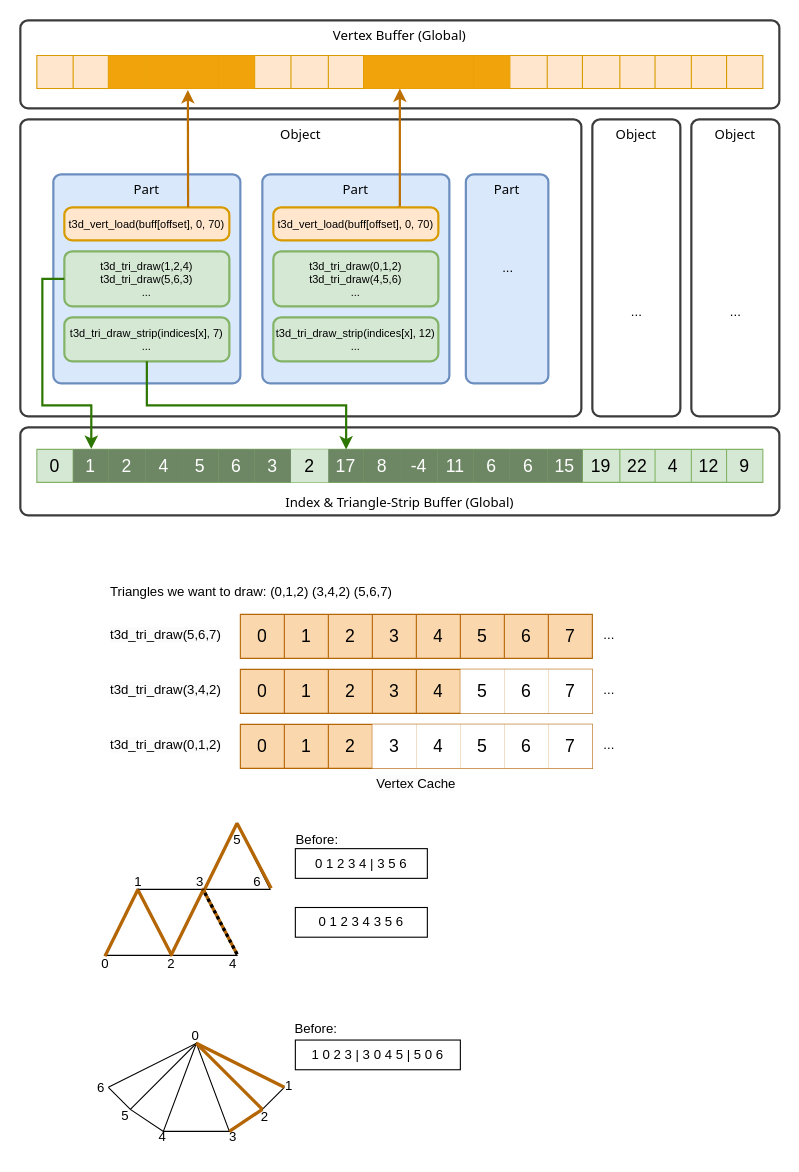
Above: docs/img/file_format.drawio in HailToDodongo/tiny3d (draw.io), before the change. Source tidied: cells renumbered, new cells numbered last; positions are measured from the earlier drawing's top-left corner, leaving out a move shared by most shapes. Both pictures are drawn from the tidied source at 110%, with x=0, y=0 at pixel (20, 20).
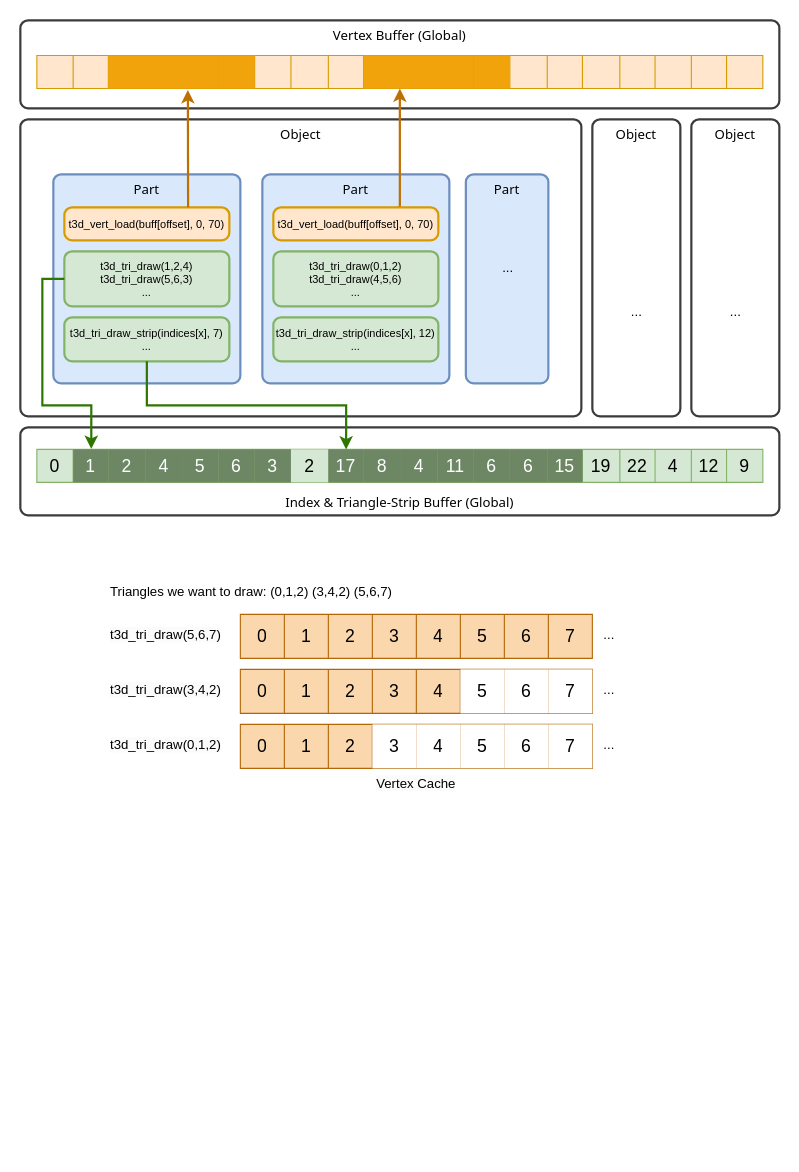
The same page after the edit.

The change refers to these unchanged cells:
```xml
<mxCell id="35" style="shape=tableRow;horizontal=0;startSize=0;swimlaneHead=0;swimlaneBody=0;strokeColor=inherit;top=0;left=0;bottom=0;right=0;fillColor=none;fontSize=16;" parent="34" vertex="1">
  <mxGeometry width="660" height="30" as="geometry" />
</mxCell>
```

The edit, as a diff of the source:
```diff
@@
-    <mxCell id="46" value="-4" style="shape=partialRectangle;html=1;whiteSpace=wrap;strokeColor=#3A5431;overflow=hidden;fillColor=#6d8764;top=0;left=0;bottom=0;right=0;fontSize=16;fontColor=#ffffff;" parent="35" vertex="1">
+    <mxCell id="46" value="4" style="shape=partialRectangle;html=1;whiteSpace=wrap;strokeColor=#3A5431;overflow=hidden;fillColor=#6d8764;top=0;left=0;bottom=0;right=0;fontSize=16;fontColor=#ffffff;" parent="35" vertex="1">
       <mxGeometry x="331" width="33" height="30" as="geometry" />
     </mxCell>
@@
-    <mxCell id="105" style="triangle;whiteSpace=wrap;html=1;rotation=90;" parent="1" vertex="1">
-      <mxGeometry x="107" y="790" width="60" height="60" as="geometry" />
-    </mxCell>
-    <mxCell id="106" style="triangle;whiteSpace=wrap;html=1;rotation=-90;" parent="1" vertex="1">
-      <mxGeometry x="137" y="790" width="60" height="60" as="geometry" />
-    </mxCell>
-    <mxCell id="107" style="triangle;whiteSpace=wrap;html=1;rotation=-90;" parent="1" vertex="1">
-      <mxGeometry x="77" y="790" width="60" height="60" as="geometry" />
-    </mxCell>
-    <mxCell id="108" value="1" style="text;html=1;align=center;verticalAlign=middle;strokeColor=none;fillColor=none;" parent="1" vertex="1">
-      <mxGeometry x="92" y="768" width="30" height="30" as="geometry" />
-    </mxCell>
-    <mxCell id="109" value="3" style="text;html=1;align=center;verticalAlign=middle;strokeColor=none;fillColor=none;" parent="1" vertex="1">
-      <mxGeometry x="148" y="768" width="30" height="30" as="geometry" />
-    </mxCell>
-    <mxCell id="110" value="4" style="text;html=1;align=center;verticalAlign=middle;strokeColor=none;fillColor=none;" parent="1" vertex="1">
-      <mxGeometry x="178" y="843" width="30" height="30" as="geometry" />
-    </mxCell>
-    <mxCell id="111" style="endArrow=none;html=1;strokeWidth=3;rounded=0;fillColor=#fad7ac;strokeColor=#b46504;exitX=0.497;exitY=0.025;exitDx=0;exitDy=0;exitPerimeter=0;" parent="1" edge="1">
-      <mxGeometry relative="1" as="geometry">
-        <mxPoint x="76.9" y="850.8" as="sourcePoint" />
-        <mxPoint x="107" y="790" as="targetPoint" />
-      </mxGeometry>
-    </mxCell>
-    <mxCell id="112" style="endArrow=none;html=1;strokeWidth=3;rounded=0;fillColor=#fad7ac;strokeColor=#b46504;exitX=0.497;exitY=0.025;exitDx=0;exitDy=0;exitPerimeter=0;" parent="1" edge="1">
-      <mxGeometry relative="1" as="geometry">
-        <mxPoint x="137" y="850" as="sourcePoint" />
-        <mxPoint x="167" y="789" as="targetPoint" />
-      </mxGeometry>
-    </mxCell>
-    <mxCell id="113" style="endArrow=none;html=1;strokeWidth=3;rounded=0;fillColor=#fad7ac;strokeColor=#b46504;exitX=-0.011;exitY=1.016;exitDx=0;exitDy=0;exitPerimeter=0;entryX=0.009;entryY=1.001;entryDx=0;entryDy=0;entryPerimeter=0;" parent="1" edge="1" source="107" target="105">
-      <mxGeometry relative="1" as="geometry" />
-    </mxCell>
-    <mxCell id="114" style="endArrow=none;html=1;strokeWidth=3;rounded=0;fillColor=#fad7ac;strokeColor=#b46504;exitX=0.53;exitY=-0.007;exitDx=0;exitDy=0;exitPerimeter=0;entryX=0.009;entryY=1.001;entryDx=0;entryDy=0;entryPerimeter=0;" parent="1" edge="1">
-      <mxGeometry relative="1" as="geometry">
-        <mxPoint x="197" y="849" as="sourcePoint" />
-        <mxPoint x="166" y="790" as="targetPoint" />
-      </mxGeometry>
-    </mxCell>
-    <mxCell id="115" style="triangle;whiteSpace=wrap;html=1;rotation=-90;" parent="1" vertex="1">
-      <mxGeometry x="167" y="730" width="60" height="60" as="geometry" />
-    </mxCell>
-    <mxCell id="116" style="endArrow=none;html=1;strokeWidth=3;rounded=0;fillColor=#fad7ac;strokeColor=#b46504;exitX=0.497;exitY=0.025;exitDx=0;exitDy=0;exitPerimeter=0;" parent="1" edge="1">
-      <mxGeometry relative="1" as="geometry">
-        <mxPoint x="167" y="791" as="sourcePoint" />
-        <mxPoint x="197" y="730" as="targetPoint" />
-      </mxGeometry>
-    </mxCell>
-    <mxCell id="117" value="5" style="text;html=1;align=center;verticalAlign=middle;strokeColor=none;fillColor=none;" parent="1" vertex="1">
-      <mxGeometry x="182" y="730" width="30" height="30" as="geometry" />
-    </mxCell>
-    <mxCell id="118" value="6" style="text;html=1;align=center;verticalAlign=middle;strokeColor=none;fillColor=none;" parent="1" vertex="1">
-      <mxGeometry x="200" y="768" width="30" height="30" as="geometry" />
-    </mxCell>
-    <mxCell id="119" style="endArrow=none;html=1;strokeWidth=3;rounded=0;fillColor=#fad7ac;strokeColor=#b46504;exitX=0.53;exitY=-0.007;exitDx=0;exitDy=0;exitPerimeter=0;entryX=0.009;entryY=1.001;entryDx=0;entryDy=0;entryPerimeter=0;" parent="1" edge="1">
-      <mxGeometry relative="1" as="geometry">
-        <mxPoint x="228" y="789" as="sourcePoint" />
-        <mxPoint x="197" y="730" as="targetPoint" />
-      </mxGeometry>
-    </mxCell>
-    <mxCell id="120" value="0" style="text;html=1;align=center;verticalAlign=middle;strokeColor=none;fillColor=none;" parent="1" vertex="1">
-      <mxGeometry x="62" y="843" width="30" height="30" as="geometry" />
-    </mxCell>
-    <mxCell id="121" value="2" style="text;html=1;align=center;verticalAlign=middle;strokeColor=none;fillColor=none;" parent="1" vertex="1">
-      <mxGeometry x="122" y="843" width="30" height="30" as="geometry" />
-    </mxCell>
-    <mxCell id="122" style="endArrow=none;html=1;strokeWidth=3;rounded=0;fillColor=#fad7ac;strokeColor=#000000;exitX=0.53;exitY=-0.007;exitDx=0;exitDy=0;exitPerimeter=0;entryX=0.009;entryY=1.001;entryDx=0;entryDy=0;entryPerimeter=0;dashed=1;dashPattern=1 1;" parent="1" edge="1">
-      <mxGeometry relative="1" as="geometry">
-        <mxPoint x="197" y="849" as="sourcePoint" />
-        <mxPoint x="166" y="790" as="targetPoint" />
-      </mxGeometry>
-    </mxCell>
-    <mxCell id="123" value="Before:" style="text;html=1;align=center;verticalAlign=middle;whiteSpace=wrap;rounded=0;" parent="1" vertex="1">
-      <mxGeometry x="240" y="730" width="60" height="30" as="geometry" />
-    </mxCell>
-    <mxCell id="124" value="0 1 2 3 4 | 3 5 6" style="rounded=0;whiteSpace=wrap;html=1;" parent="1" vertex="1">
-      <mxGeometry x="250" y="753" width="120" height="27" as="geometry" />
-    </mxCell>
-    <mxCell id="125" value="0 1 2 3 4 3 5 6" style="rounded=0;whiteSpace=wrap;html=1;" parent="1" vertex="1">
-      <mxGeometry x="250" y="806.5" width="120" height="27" as="geometry" />
-    </mxCell>
-    <mxCell id="126" style="endArrow=none;html=1;rounded=0;" parent="1" edge="1">
-      <mxGeometry relative="1" as="geometry">
-        <mxPoint x="220" y="990" as="sourcePoint" />
-        <mxPoint x="100" y="990" as="targetPoint" />
-        <Array as="points">
-          <mxPoint x="160" y="930" />
-        </Array>
-      </mxGeometry>
-    </mxCell>
-    <mxCell id="127" style="endArrow=none;html=1;rounded=0;" parent="1" edge="1">
-      <mxGeometry relative="1" as="geometry">
-        <mxPoint x="190" y="1010" as="sourcePoint" />
-        <mxPoint x="130" y="1010" as="targetPoint" />
-        <Array as="points">
-          <mxPoint x="160" y="930" />
-        </Array>
-      </mxGeometry>
-    </mxCell>
-    <mxCell id="128" style="endArrow=none;html=1;rounded=0;" parent="1" edge="1">
-      <mxGeometry relative="1" as="geometry">
-        <mxPoint x="240" y="970" as="sourcePoint" />
-        <mxPoint x="80" y="970" as="targetPoint" />
-        <Array as="points">
-          <mxPoint x="220" y="990" />
-          <mxPoint x="190" y="1010" />
-          <mxPoint x="130" y="1010" />
-          <mxPoint x="100" y="990" />
-        </Array>
-      </mxGeometry>
-    </mxCell>
-    <mxCell id="129" style="endArrow=none;html=1;rounded=0;" parent="1" edge="1">
-      <mxGeometry relative="1" as="geometry">
-        <mxPoint x="240" y="970" as="sourcePoint" />
-        <mxPoint x="80" y="970" as="targetPoint" />
-        <Array as="points">
-          <mxPoint x="160" y="930" />
-        </Array>
-      </mxGeometry>
-    </mxCell>
-    <mxCell id="130" value="1" style="text;html=1;align=center;verticalAlign=middle;points=[];strokeColor=none;fillColor=none;" parent="1" vertex="1">
-      <mxGeometry x="229" y="954" width="30" height="30" as="geometry" />
-    </mxCell>
-    <mxCell id="131" value="0" style="text;html=1;align=center;verticalAlign=middle;points=[];strokeColor=none;fillColor=none;" parent="1" vertex="1">
-      <mxGeometry x="144" y="908" width="30" height="30" as="geometry" />
-    </mxCell>
-    <mxCell id="132" value="2" style="text;html=1;align=center;verticalAlign=middle;points=[];strokeColor=none;fillColor=none;" parent="1" vertex="1">
-      <mxGeometry x="207" y="982" width="30" height="30" as="geometry" />
-    </mxCell>
-    <mxCell id="133" value="3" style="text;html=1;align=center;verticalAlign=middle;points=[];strokeColor=none;fillColor=none;" parent="1" vertex="1">
-      <mxGeometry x="178" y="1000" width="30" height="30" as="geometry" />
-    </mxCell>
-    <mxCell id="134" value="4" style="text;html=1;align=center;verticalAlign=middle;strokeColor=none;fillColor=none;" parent="1" vertex="1">
-      <mxGeometry x="114" y="1000" width="30" height="30" as="geometry" />
-    </mxCell>
-    <mxCell id="135" value="5" style="text;html=1;align=center;verticalAlign=middle;strokeColor=none;fillColor=none;" parent="1" vertex="1">
-      <mxGeometry x="80" y="981" width="30" height="30" as="geometry" />
-    </mxCell>
-    <mxCell id="136" value="6" style="text;html=1;align=center;verticalAlign=middle;strokeColor=none;fillColor=none;" parent="1" vertex="1">
-      <mxGeometry x="58" y="956" width="30" height="30" as="geometry" />
-    </mxCell>
-    <mxCell id="137" style="endArrow=none;html=1;strokeWidth=3;rounded=0;fillColor=#fad7ac;strokeColor=#b46504;exitX=0.367;exitY=0.533;exitDx=0;exitDy=0;exitPerimeter=0;entryX=0.533;entryY=0.733;entryDx=0;entryDy=0;entryPerimeter=0;" parent="1" edge="1" source="130" target="131">
-      <mxGeometry relative="1" as="geometry" />
-    </mxCell>
-    <mxCell id="138" style="endArrow=none;html=1;strokeWidth=3;rounded=0;fillColor=#fad7ac;strokeColor=#b46504;exitX=0.433;exitY=0.267;exitDx=0;exitDy=0;exitPerimeter=0;" parent="1" edge="1" source="132">
-      <mxGeometry relative="1" as="geometry">
-        <mxPoint x="160" y="930" as="targetPoint" />
-      </mxGeometry>
-    </mxCell>
-    <mxCell id="139" style="endArrow=none;html=1;strokeWidth=3;rounded=0;fillColor=#fad7ac;strokeColor=#b46504;exitX=0.4;exitY=0.333;exitDx=0;exitDy=0;exitPerimeter=0;" parent="1" edge="1" source="133">
-      <mxGeometry relative="1" as="geometry">
-        <mxPoint x="220" y="990" as="targetPoint" />
-      </mxGeometry>
-    </mxCell>
-    <mxCell id="140" value="1 0 2 3 | 3 0 4 5 | 5 0 6" style="rounded=0;whiteSpace=wrap;html=1;" parent="1" vertex="1">
-      <mxGeometry x="250" y="927" width="150" height="27" as="geometry" />
-    </mxCell>
-    <mxCell id="141" value="Before:" style="text;html=1;align=center;verticalAlign=middle;whiteSpace=wrap;rounded=0;" parent="1" vertex="1">
-      <mxGeometry x="239" y="902" width="60" height="30" as="geometry" />
-    </mxCell>
```
